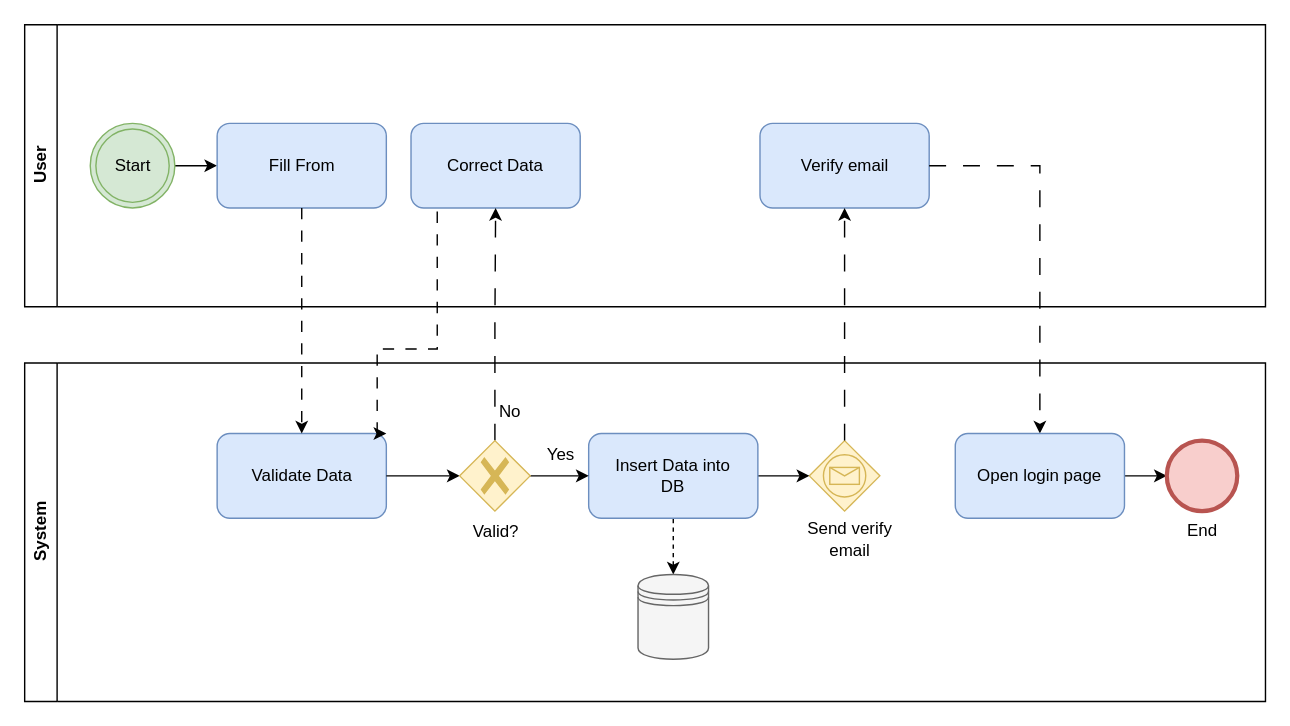
Above: Diagrams/BPMNs/Félix/RegisterAccount_bpmn.drawio in luislamy/msp (draw.io), before the change. Source tidied: cells renumbered, new cells numbered last; positions are measured from the earlier drawing's top-left corner, leaving out a move shared by most shapes. Both pictures are drawn from the tidied source at 141%, with x=0, y=0 at pixel (24, 24).
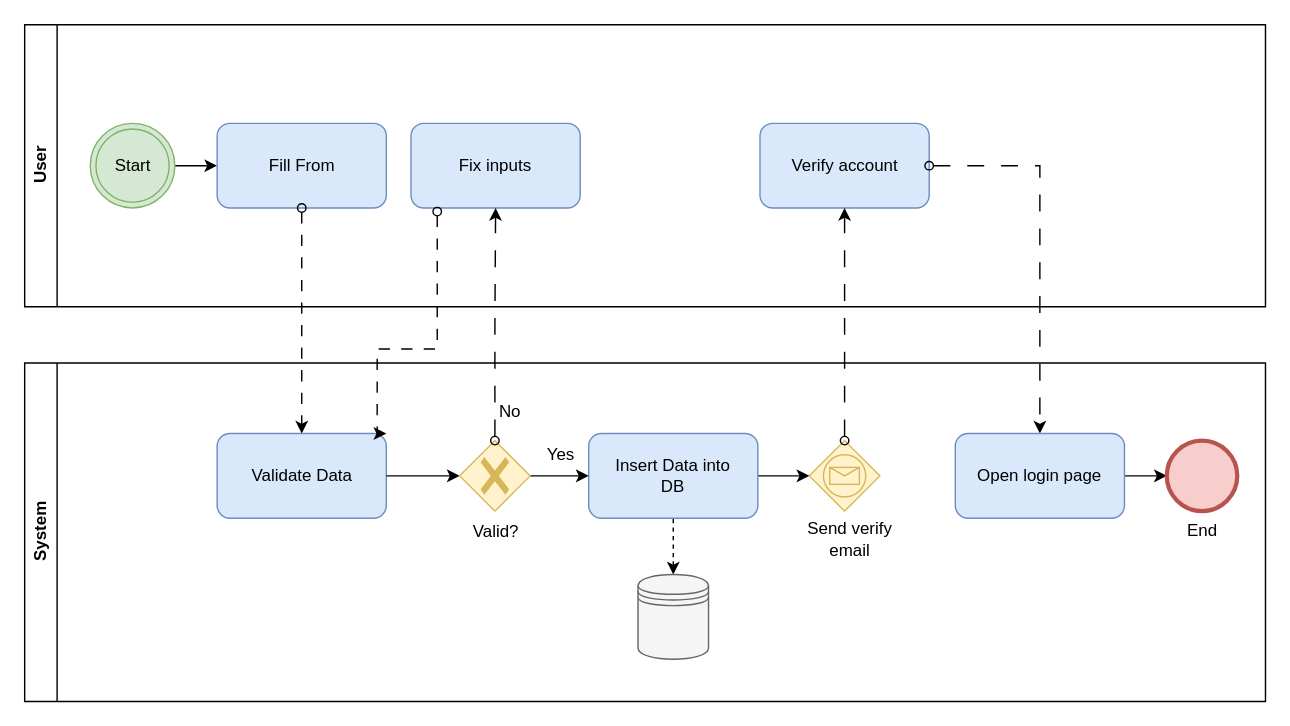
The same page after the edit.

Unchanged cells that the change refers to:
```xml
<mxCell id="2" value="User" style="swimlane;horizontal=0;whiteSpace=wrap;html=1;" parent="1" vertex="1">
  <mxGeometry width="880" height="200" as="geometry" />
</mxCell>
<mxCell id="5" value="Fill From" style="rounded=1;whiteSpace=wrap;html=1;fillColor=#dae8fc;strokeColor=#6c8ebf;" parent="2" vertex="1">
  <mxGeometry x="136.5" y="70" width="120" height="60" as="geometry" />
</mxCell>
<mxCell id="9" value="Validate Data" style="rounded=1;whiteSpace=wrap;html=1;fillColor=#dae8fc;strokeColor=#6c8ebf;" parent="8" vertex="1">
  <mxGeometry x="136.5" y="50" width="120" height="60" as="geometry" />
</mxCell>
<mxCell id="10" style="points=[[0.25,0.25,0],[0.5,0,0],[0.75,0.25,0],[1,0.5,0],[0.75,0.75,0],[0.5,1,0],[0.25,0.75,0],[0,0.5,0]];shape=mxgraph.bpmn.gateway2;html=1;verticalLabelPosition=bottom;labelBackgroundColor=#ffffff;verticalAlign=top;align=center;perimeter=rhombusPerimeter;outlineConnect=0;outline=standard;symbol=message;fillColor=#fff2cc;strokeColor=#d6b656;" parent="8" vertex="1">
  <mxGeometry x="556.5" y="55" width="50" height="50" as="geometry" />
</mxCell>
<mxCell id="22" style="points=[[0.25,0.25,0],[0.5,0,0],[0.75,0.25,0],[1,0.5,0],[0.75,0.75,0],[0.5,1,0],[0.25,0.75,0],[0,0.5,0]];shape=mxgraph.bpmn.gateway2;html=1;verticalLabelPosition=bottom;labelBackgroundColor=#ffffff;verticalAlign=top;align=center;perimeter=rhombusPerimeter;outlineConnect=0;outline=none;symbol=none;gwType=exclusive;fillColor=#fff2cc;strokeColor=#d6b656;" parent="1" vertex="1">
  <mxGeometry x="308.5" y="295" width="50" height="50" as="geometry" />
</mxCell>
<mxCell id="27" value="Open login page" style="rounded=1;whiteSpace=wrap;html=1;fillColor=#dae8fc;strokeColor=#6c8ebf;" parent="1" vertex="1">
  <mxGeometry x="660" y="290" width="120" height="60" as="geometry" />
</mxCell>
```

The edit, as a diff of the source:
```diff
@@
-    <mxCell id="6" value="Correct Data" style="rounded=1;whiteSpace=wrap;html=1;fillColor=#dae8fc;strokeColor=#6c8ebf;" parent="2" vertex="1">
+    <mxCell id="6" value="Fix inputs" style="rounded=1;whiteSpace=wrap;html=1;fillColor=#dae8fc;strokeColor=#6c8ebf;" parent="2" vertex="1">
       <mxGeometry x="274" y="70" width="120" height="60" as="geometry" />
     </mxCell>
-    <mxCell id="7" value="Verify email" style="rounded=1;whiteSpace=wrap;html=1;fillColor=#dae8fc;strokeColor=#6c8ebf;" parent="2" vertex="1">
+    <mxCell id="7" value="Verify account" style="rounded=1;whiteSpace=wrap;html=1;fillColor=#dae8fc;strokeColor=#6c8ebf;" parent="2" vertex="1">
       <mxGeometry x="521.5" y="70" width="120" height="60" as="geometry" />
     </mxCell>
@@
-    <mxCell id="11" style="edgeStyle=orthogonalEdgeStyle;rounded=0;jettySize=auto;html=1;entryX=0.5;entryY=0;entryDx=0;entryDy=0;dashed=1;dashPattern=8 8;" parent="1" edge="1" source="5" target="9">
-      <mxGeometry relative="1" as="geometry" />
-    </mxCell>
-    <mxCell id="12" style="edgeStyle=orthogonalEdgeStyle;rounded=0;jettySize=auto;html=1;entryX=0.5;entryY=1;entryDx=0;entryDy=0;dashed=1;dashPattern=12 12;" parent="1" edge="1" source="22" target="6">
-      <mxGeometry relative="1" as="geometry" />
-    </mxCell>
@@
-    <mxCell id="14" style="edgeStyle=orthogonalEdgeStyle;rounded=0;jettySize=auto;html=1;exitX=0.155;exitY=1.043;exitDx=0;exitDy=0;exitPerimeter=0;dashed=1;dashPattern=8 8;entryX=1;entryY=0;entryDx=0;entryDy=0;" parent="1" edge="1" source="6" target="9">
-      <mxGeometry relative="1" as="geometry">
-        <Array as="points">
-          <mxPoint x="293" y="230" />
-          <mxPoint x="250" y="230" />
-          <mxPoint x="250" y="290" />
-        </Array>
-      </mxGeometry>
-    </mxCell>
@@
-    <mxCell id="23" style="edgeStyle=orthogonalEdgeStyle;rounded=0;jettySize=auto;html=1;dashed=1;dashPattern=12 12;" parent="1" edge="1" source="10" target="7">
+    <mxCell id="23" style="edgeStyle=orthogonalEdgeStyle;rounded=0;jettySize=auto;html=1;dashed=1;dashPattern=12 12;startArrow=oval;startFill=0;flowAnimation=0;" parent="1" edge="1" source="10" target="7">
       <mxGeometry relative="1" as="geometry" />
     </mxCell>
@@
-    <mxCell id="25" style="edgeStyle=orthogonalEdgeStyle;rounded=0;jettySize=auto;html=1;dashed=1;dashPattern=12 12;" parent="1" edge="1" source="7" target="27">
+    <mxCell id="25" style="edgeStyle=orthogonalEdgeStyle;rounded=0;jettySize=auto;html=1;dashed=1;dashPattern=12 12;startArrow=oval;startFill=0;flowAnimation=0;" parent="1" edge="1" source="7" target="27">
       <mxGeometry relative="1" as="geometry" />
     </mxCell>
@@
+    <mxCell id="11" style="edgeStyle=orthogonalEdgeStyle;rounded=0;jettySize=auto;html=1;entryX=0.5;entryY=0;entryDx=0;entryDy=0;dashed=1;dashPattern=8 8;startArrow=oval;startFill=0;" parent="1" edge="1" source="5" target="9">
+      <mxGeometry relative="1" as="geometry" />
+    </mxCell>
+    <mxCell id="14" style="edgeStyle=orthogonalEdgeStyle;rounded=0;jettySize=auto;html=1;exitX=0.155;exitY=1.043;exitDx=0;exitDy=0;exitPerimeter=0;dashed=1;dashPattern=8 8;entryX=1;entryY=0;entryDx=0;entryDy=0;startArrow=oval;startFill=0;" parent="1" edge="1" source="6" target="9">
+      <mxGeometry relative="1" as="geometry">
+        <Array as="points">
+          <mxPoint x="293" y="230" />
+          <mxPoint x="250" y="230" />
+          <mxPoint x="250" y="290" />
+        </Array>
+      </mxGeometry>
+    </mxCell>
+    <mxCell id="12" style="edgeStyle=orthogonalEdgeStyle;rounded=0;jettySize=auto;html=1;entryX=0.5;entryY=1;entryDx=0;entryDy=0;dashed=1;dashPattern=12 12;startArrow=oval;startFill=0;" parent="1" edge="1" source="22" target="6">
+      <mxGeometry relative="1" as="geometry" />
+    </mxCell>
```
